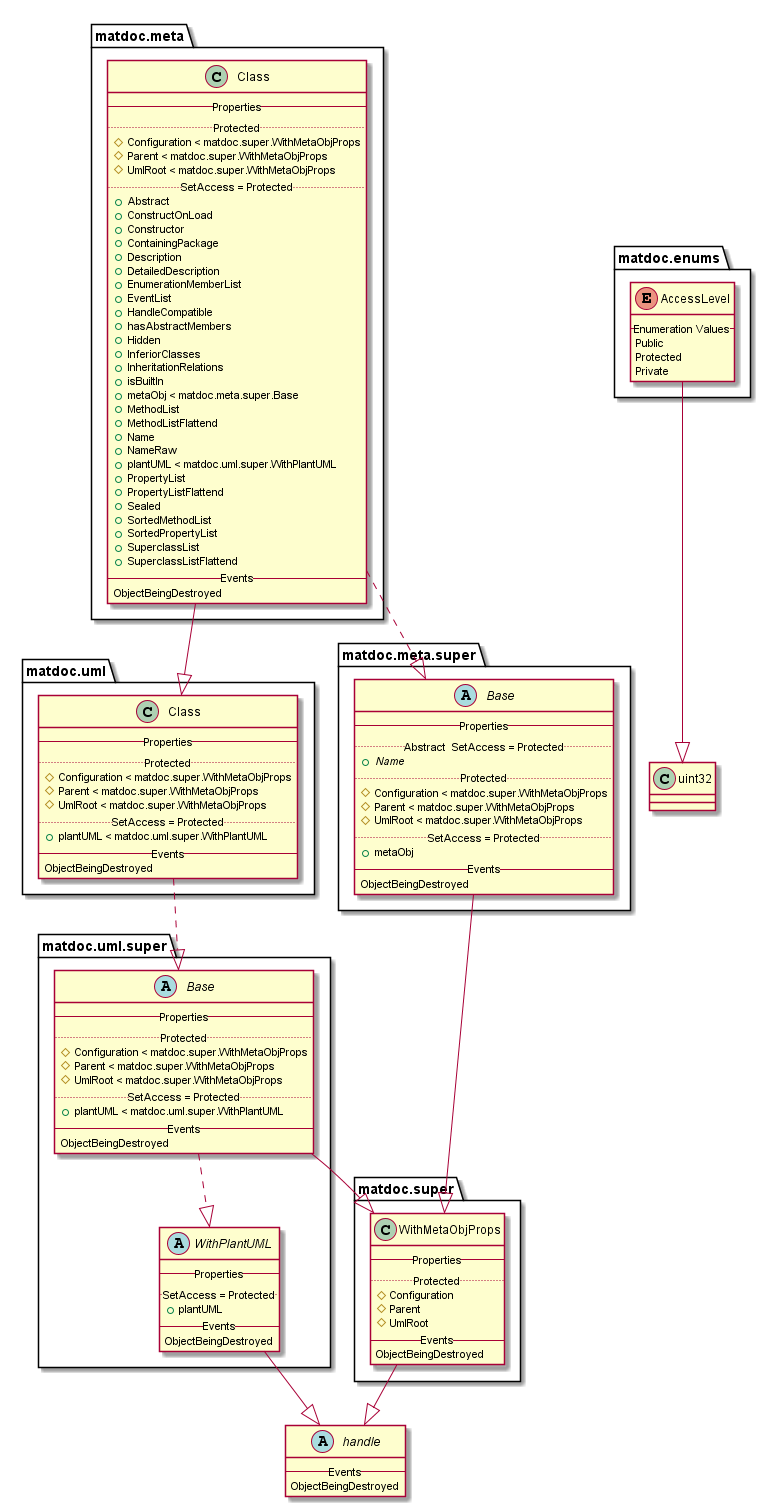
flxdot/matdoc keeps this PlantUML diagram as doc/uml-examples/export-class-HideMethods-true.png. Above is the earlier version. Source of this version:
```plantuml
@startuml

abstract class handle {
   -- Events --
   ObjectBeingDestroyed
}


enum matdoc.enums.AccessLevel {
   -- Enumeration Values --
   Public
   Protected
   Private
}

matdoc.enums.AccessLevel --|> uint32

class matdoc.meta.Class {
   -- Properties --
   .. Protected ..
   {field} # Configuration < matdoc.super.WithMetaObjProps
   {field} # Parent < matdoc.super.WithMetaObjProps
   {field} # UmlRoot < matdoc.super.WithMetaObjProps
   .. SetAccess = Protected ..
   {field} + Abstract
   {field} + ConstructOnLoad
   {field} + Constructor
   {field} + ContainingPackage
   {field} + Description
   {field} + DetailedDescription
   {field} + EnumerationMemberList
   {field} + EventList
   {field} + HandleCompatible
   {field} + hasAbstractMembers
   {field} + Hidden
   {field} + InferiorClasses
   {field} + InheritationRelations
   {field} + isBuiltIn
   {field} + metaObj < matdoc.meta.super.Base
   {field} + MethodList
   {field} + MethodListFlattend
   {field} + Name
   {field} + NameRaw
   {field} + plantUML < matdoc.uml.super.WithPlantUML
   {field} + PropertyList
   {field} + PropertyListFlattend
   {field} + Sealed
   {field} + SortedMethodList
   {field} + SortedPropertyList
   {field} + SuperclassList
   {field} + SuperclassListFlattend
   -- Events --
   ObjectBeingDestroyed
}

matdoc.meta.Class ..|> matdoc.meta.super.Base
matdoc.meta.Class --|> matdoc.uml.Class

abstract class matdoc.meta.super.Base {
   -- Properties --
   .. Abstract  SetAccess = Protected ..
   {field}{abstract} + Name
   .. Protected ..
   {field} # Configuration < matdoc.super.WithMetaObjProps
   {field} # Parent < matdoc.super.WithMetaObjProps
   {field} # UmlRoot < matdoc.super.WithMetaObjProps
   .. SetAccess = Protected ..
   {field} + metaObj
   -- Events --
   ObjectBeingDestroyed
}

matdoc.meta.super.Base --|> matdoc.super.WithMetaObjProps

class matdoc.super.WithMetaObjProps {
   -- Properties --
   .. Protected ..
   {field} # Configuration
   {field} # Parent
   {field} # UmlRoot
   -- Events --
   ObjectBeingDestroyed
}

matdoc.super.WithMetaObjProps --|> handle

class matdoc.uml.Class {
   -- Properties --
   .. Protected ..
   {field} # Configuration < matdoc.super.WithMetaObjProps
   {field} # Parent < matdoc.super.WithMetaObjProps
   {field} # UmlRoot < matdoc.super.WithMetaObjProps
   .. SetAccess = Protected ..
   {field} + plantUML < matdoc.uml.super.WithPlantUML
   -- Events --
   ObjectBeingDestroyed
}

matdoc.uml.Class ..|> matdoc.uml.super.Base

abstract class matdoc.uml.super.Base {
   -- Properties --
   .. Protected ..
   {field} # Configuration < matdoc.super.WithMetaObjProps
   {field} # Parent < matdoc.super.WithMetaObjProps
   {field} # UmlRoot < matdoc.super.WithMetaObjProps
   .. SetAccess = Protected ..
   {field} + plantUML < matdoc.uml.super.WithPlantUML
   -- Events --
   ObjectBeingDestroyed
}

matdoc.uml.super.Base --|> matdoc.super.WithMetaObjProps
matdoc.uml.super.Base ..|> matdoc.uml.super.WithPlantUML

abstract class matdoc.uml.super.WithPlantUML {
   -- Properties --
   .. SetAccess = Protected ..
   {field} + plantUML
   -- Events --
   ObjectBeingDestroyed
}

matdoc.uml.super.WithPlantUML --|> handle

class uint32 {
}


@enduml
```
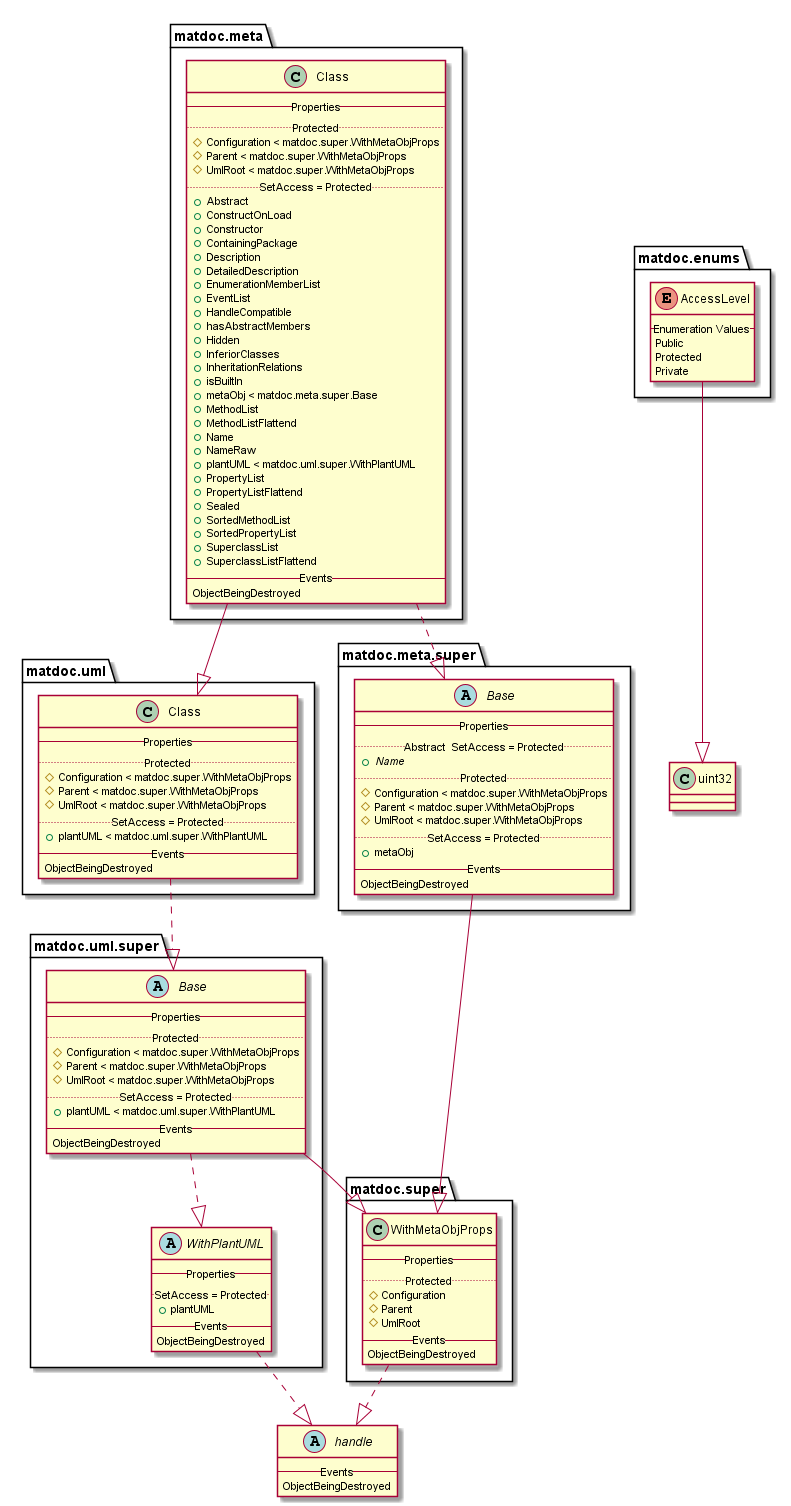
After the change.

What changed in the source:
```diff
@@ -82,7 +82,7 @@
    ObjectBeingDestroyed
 }
 
-matdoc.super.WithMetaObjProps --|> handle
+matdoc.super.WithMetaObjProps ..|> handle
 
 class matdoc.uml.Class {
    -- Properties --
@@ -121,7 +121,7 @@
    ObjectBeingDestroyed
 }
 
-matdoc.uml.super.WithPlantUML --|> handle
+matdoc.uml.super.WithPlantUML ..|> handle
 
 class uint32 {
 }
```
